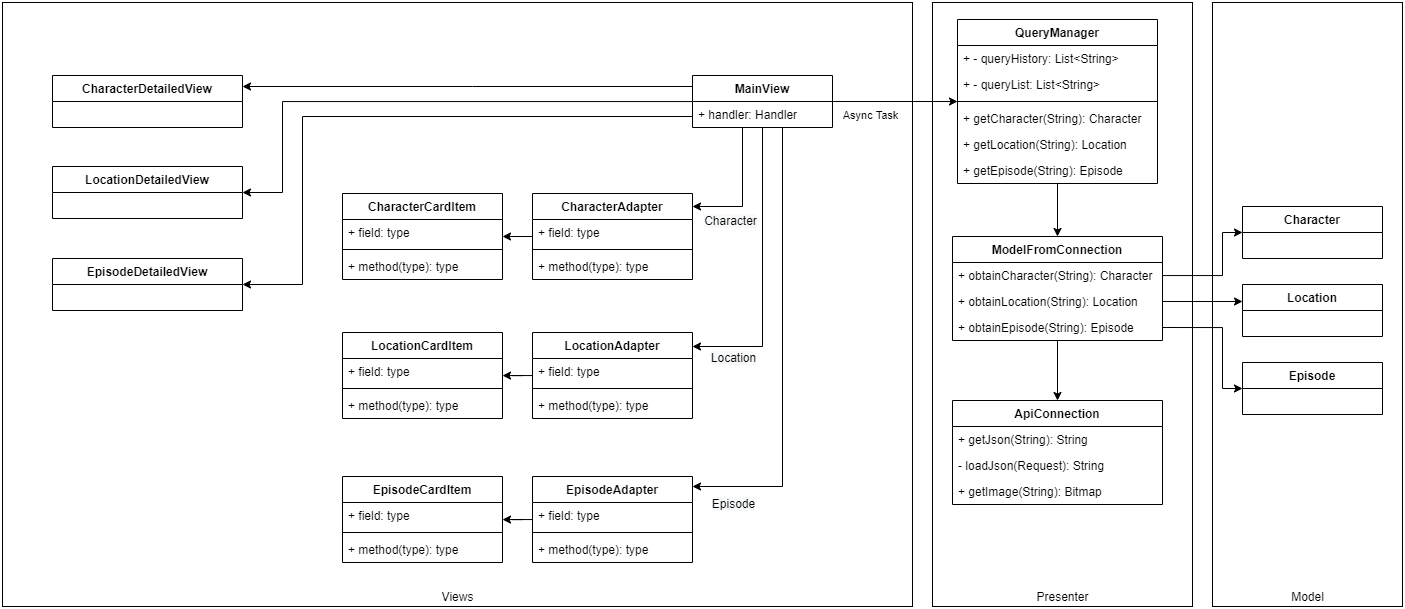
Above: docs/Class Diagram.png in cyberfanta/DesafioBetterfly (draw.io), before the change. Source tidied: cells renumbered, new cells last; positions are measured from the earlier drawing's top-left corner, leaving out a move shared by most shapes.
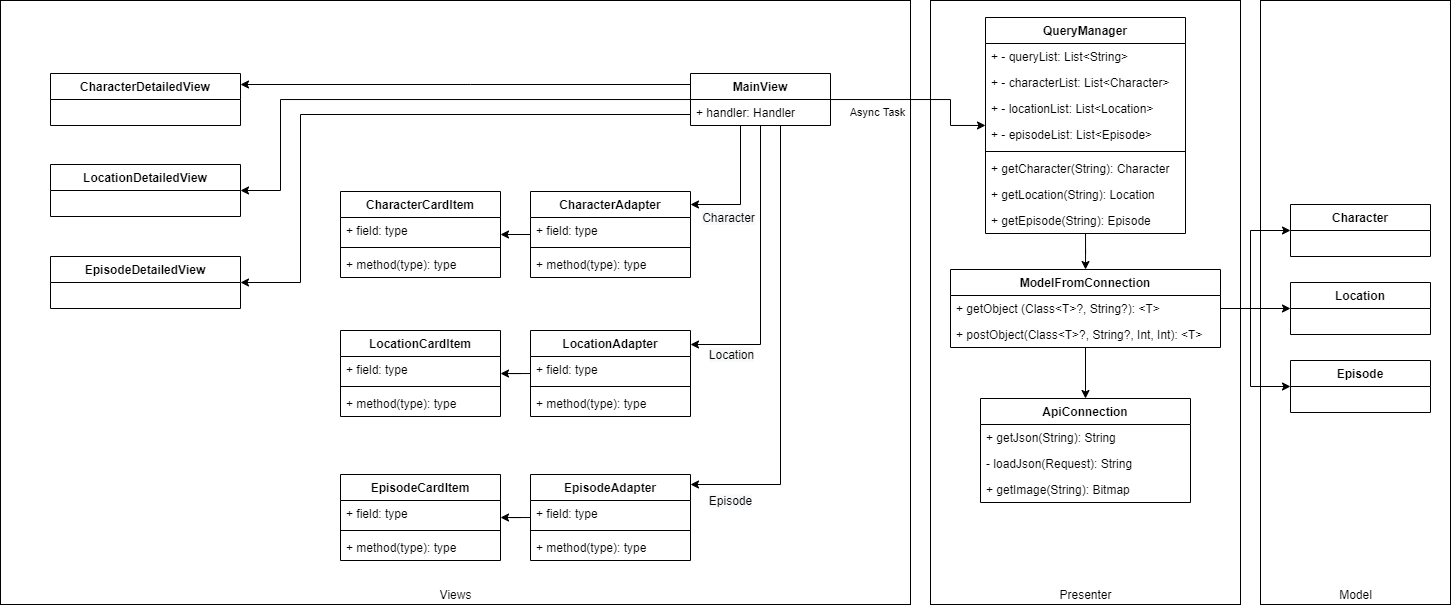
The same diagram one commit later.

Commit message:
Feat (): Update in the class diagram

Now the Class Diagram.png reflect the current development made until now.

Change to the diagram source:
```diff
@@ -3,13 +3,18 @@
     <mxCell id="0" />
     <mxCell id="1" parent="0" />
     <mxCell id="2" value="Presenter" style="verticalLabelPosition=middle;verticalAlign=bottom;html=1;shape=mxgraph.basic.rect;fillColor2=none;strokeWidth=1;size=20;indent=5;labelPosition=center;align=center;" parent="1" vertex="1">
-      <mxGeometry x="930" width="260" height="604" as="geometry" />
+      <mxGeometry x="930" width="310" height="604" as="geometry" />
     </mxCell>
     <mxCell id="3" value="Views" style="verticalLabelPosition=middle;verticalAlign=bottom;html=1;shape=mxgraph.basic.rect;fillColor2=none;strokeWidth=1;size=20;indent=5;labelPosition=center;align=center;" parent="1" vertex="1">
       <mxGeometry width="910" height="604" as="geometry" />
     </mxCell>
     <mxCell id="4" style="edgeStyle=orthogonalEdgeStyle;rounded=0;jettySize=auto;html=1;startArrow=none;startFill=0;" parent="1" edge="1" source="15" target="34">
-      <mxGeometry relative="1" as="geometry" />
+      <mxGeometry relative="1" as="geometry">
+        <Array as="points">
+          <mxPoint x="950" y="99" />
+          <mxPoint x="950" y="125" />
+        </Array>
+      </mxGeometry>
     </mxCell>
     <mxCell id="5" value="Async Task" style="edgeLabel;html=1;align=center;verticalAlign=middle;" parent="4" vertex="1">
       <mxGeometry x="-0.71" y="-3" relative="1" as="geometry">
@@ -89,56 +94,47 @@
       <mxGeometry relative="1" as="geometry" />
     </mxCell>
     <mxCell id="19" value="ModelFromConnection" style="swimlane;fontStyle=1;horizontal=1;startSize=26;fillColor=none;" parent="1" vertex="1">
-      <mxGeometry x="950" y="234" width="210" height="104" as="geometry" />
+      <mxGeometry x="950" y="269" width="270" height="78" as="geometry" />
     </mxCell>
-    <mxCell id="20" value="+ obtainCharacter(String): Character" style="text;strokeColor=none;fillColor=none;align=left;verticalAlign=top;spacingLeft=4;spacingRight=4;overflow=hidden;points=[[0,0.5],[1,0.5]];portConstraint=eastwest;" parent="19" vertex="1">
-      <mxGeometry y="26" width="210" height="26" as="geometry" />
+    <mxCell id="20" value="+ getObject (Class&lt;T&gt;?, String?): &lt;T&gt;" style="text;strokeColor=none;fillColor=none;align=left;verticalAlign=top;spacingLeft=4;spacingRight=4;overflow=hidden;points=[[0,0.5],[1,0.5]];portConstraint=eastwest;" parent="19" vertex="1">
+      <mxGeometry y="26" width="270" height="26" as="geometry" />
     </mxCell>
-    <mxCell id="21" value="+ obtainLocation(String): Location" style="text;strokeColor=none;fillColor=none;align=left;verticalAlign=top;spacingLeft=4;spacingRight=4;overflow=hidden;points=[[0,0.5],[1,0.5]];portConstraint=eastwest;" parent="19" vertex="1">
-      <mxGeometry y="52" width="210" height="26" as="geometry" />
+    <mxCell id="21" value="+ postObject(Class&lt;T&gt;?, String?, Int, Int): &lt;T&gt;" style="text;strokeColor=none;fillColor=none;align=left;verticalAlign=top;spacingLeft=4;spacingRight=4;overflow=hidden;points=[[0,0.5],[1,0.5]];portConstraint=eastwest;" parent="19" vertex="1">
+      <mxGeometry y="52" width="270" height="26" as="geometry" />
     </mxCell>
-    <mxCell id="22" value="+ obtainEpisode(String): Episode" style="text;strokeColor=none;fillColor=none;align=left;verticalAlign=top;spacingLeft=4;spacingRight=4;overflow=hidden;" parent="19" vertex="1">
-      <mxGeometry y="78" width="210" height="26" as="geometry" />
-    </mxCell>
     <mxCell id="23" value="Model" style="verticalLabelPosition=middle;verticalAlign=bottom;html=1;shape=mxgraph.basic.rect;fillColor2=none;strokeWidth=1;size=20;indent=5;labelPosition=center;align=center;" parent="1" vertex="1">
-      <mxGeometry x="1210" width="190" height="604" as="geometry" />
+      <mxGeometry x="1260" width="190" height="604" as="geometry" />
     </mxCell>
     <mxCell id="24" value="Character" style="swimlane;fontStyle=1;horizontal=1;startSize=26;fillColor=none;" parent="1" vertex="1">
-      <mxGeometry x="1240" y="204" width="140" height="52" as="geometry" />
+      <mxGeometry x="1290" y="204" width="140" height="52" as="geometry" />
     </mxCell>
     <mxCell id="25" value="Location" style="swimlane;fontStyle=1;horizontal=1;startSize=26;fillColor=none;" parent="1" vertex="1">
-      <mxGeometry x="1240" y="282" width="140" height="52" as="geometry" />
+      <mxGeometry x="1290" y="282" width="140" height="52" as="geometry" />
     </mxCell>
     <mxCell id="26" value="Episode" style="swimlane;fontStyle=1;horizontal=1;startSize=26;fillColor=none;" parent="1" vertex="1">
-      <mxGeometry x="1240" y="360" width="140" height="52" as="geometry" />
+      <mxGeometry x="1290" y="360" width="140" height="52" as="geometry" />
     </mxCell>
-    <mxCell id="27" style="edgeStyle=orthogonalEdgeStyle;rounded=0;jettySize=auto;html=1;startArrow=none;startFill=0;" parent="1" edge="1" source="20" target="24">
+    <mxCell id="27" style="edgeStyle=orthogonalEdgeStyle;rounded=0;jettySize=auto;html=1;startArrow=none;startFill=0;" parent="1" edge="1" source="19" target="24">
       <mxGeometry relative="1" as="geometry">
         <Array as="points">
-          <mxPoint x="1220" y="273" />
-          <mxPoint x="1220" y="230" />
+          <mxPoint x="1250" y="308" />
+          <mxPoint x="1250" y="230" />
         </Array>
       </mxGeometry>
     </mxCell>
-    <mxCell id="28" style="edgeStyle=orthogonalEdgeStyle;rounded=0;jettySize=auto;html=1;startArrow=none;startFill=0;" parent="1" edge="1" source="21" target="25">
-      <mxGeometry relative="1" as="geometry">
-        <Array as="points">
-          <mxPoint x="1260" y="299" />
-          <mxPoint x="1260" y="312" />
-        </Array>
-      </mxGeometry>
+    <mxCell id="28" style="edgeStyle=orthogonalEdgeStyle;rounded=0;jettySize=auto;html=1;startArrow=none;startFill=0;" parent="1" edge="1" source="19" target="25">
+      <mxGeometry relative="1" as="geometry" />
     </mxCell>
-    <mxCell id="29" style="edgeStyle=orthogonalEdgeStyle;rounded=0;jettySize=auto;html=1;startArrow=none;startFill=0;" parent="1" edge="1" target="26">
+    <mxCell id="29" style="edgeStyle=orthogonalEdgeStyle;rounded=0;jettySize=auto;html=1;startArrow=none;startFill=0;" parent="1" edge="1" source="19" target="26">
       <mxGeometry relative="1" as="geometry">
-        <mxPoint x="1160" y="325" as="sourcePoint" />
         <Array as="points">
-          <mxPoint x="1220" y="325" />
-          <mxPoint x="1220" y="386" />
+          <mxPoint x="1250" y="308" />
+          <mxPoint x="1250" y="386" />
         </Array>
       </mxGeometry>
     </mxCell>
     <mxCell id="30" value="ApiConnection" style="swimlane;fontStyle=1;horizontal=1;startSize=26;fillColor=none;" parent="1" vertex="1">
-      <mxGeometry x="950" y="398" width="210" height="104" as="geometry" />
+      <mxGeometry x="980" y="398" width="210" height="104" as="geometry" />
     </mxCell>
     <mxCell id="31" value="+ getJson(String): String" style="text;strokeColor=none;fillColor=none;align=left;verticalAlign=top;spacingLeft=4;spacingRight=4;overflow=hidden;" parent="30" vertex="1">
       <mxGeometry y="26" width="210" height="26" as="geometry" />
@@ -150,25 +146,31 @@
       <mxGeometry y="78" width="210" height="26" as="geometry" />
     </mxCell>
     <mxCell id="34" value="QueryManager" style="swimlane;fontStyle=1;align=center;verticalAlign=top;horizontal=1;startSize=26;fontColor=#000000;" parent="1" vertex="1">
-      <mxGeometry x="955" y="17" width="200" height="164" as="geometry" />
+      <mxGeometry x="985" y="17" width="200" height="216" as="geometry" />
     </mxCell>
-    <mxCell id="35" value="+ - queryHistory: List&lt;String&gt;" style="text;strokeColor=none;fillColor=none;align=left;verticalAlign=top;spacingLeft=4;spacingRight=4;overflow=hidden;" parent="34" vertex="1">
+    <mxCell id="35" value="+ - queryList: List&lt;String&gt;" style="text;strokeColor=none;fillColor=none;align=left;verticalAlign=top;spacingLeft=4;spacingRight=4;overflow=hidden;" parent="34" vertex="1">
       <mxGeometry y="26" width="200" height="26" as="geometry" />
     </mxCell>
+    <mxCell id="71" value="+ - characterList: List&lt;Character&gt;" style="text;strokeColor=none;fillColor=none;align=left;verticalAlign=top;spacingLeft=4;spacingRight=4;overflow=hidden;" parent="34" vertex="1">
+      <mxGeometry y="52" width="200" height="26" as="geometry" />
+    </mxCell>
+    <mxCell id="72" value="+ - locationList: List&lt;Location&gt;" style="text;strokeColor=none;fillColor=none;align=left;verticalAlign=top;spacingLeft=4;spacingRight=4;overflow=hidden;" parent="34" vertex="1">
+      <mxGeometry y="78" width="200" height="26" as="geometry" />
+    </mxCell>
-    <mxCell id="36" value="+ - queryList: List&lt;String&gt;" style="text;strokeColor=none;fillColor=none;align=left;verticalAlign=top;spacingLeft=4;spacingRight=4;overflow=hidden;" parent="34" vertex="1">
-      <mxGeometry y="52" width="200" height="26" as="geometry" />
+    <mxCell id="36" value="+ - episodeList: List&lt;Episode&gt;" style="text;strokeColor=none;fillColor=none;align=left;verticalAlign=top;spacingLeft=4;spacingRight=4;overflow=hidden;" parent="34" vertex="1">
+      <mxGeometry y="104" width="200" height="26" as="geometry" />
     </mxCell>
     <mxCell id="37" style="line;strokeWidth=1;fillColor=none;align=left;verticalAlign=middle;spacingTop=-1;spacingLeft=3;spacingRight=3;labelPosition=right;" parent="34" vertex="1">
-      <mxGeometry y="78" width="200" height="8" as="geometry" />
+      <mxGeometry y="130" width="200" height="8" as="geometry" />
     </mxCell>
     <mxCell id="38" value="+ getCharacter(String): Character" style="text;strokeColor=none;fillColor=none;align=left;verticalAlign=top;spacingLeft=4;spacingRight=4;overflow=hidden;" parent="34" vertex="1">
-      <mxGeometry y="86" width="200" height="26" as="geometry" />
+      <mxGeometry y="138" width="200" height="26" as="geometry" />
     </mxCell>
     <mxCell id="39" value="+ getLocation(String): Location" style="text;strokeColor=none;fillColor=none;align=left;verticalAlign=top;spacingLeft=4;spacingRight=4;overflow=hidden;" parent="34" vertex="1">
-      <mxGeometry y="112" width="200" height="26" as="geometry" />
+      <mxGeometry y="164" width="200" height="26" as="geometry" />
     </mxCell>
     <mxCell id="40" value="+ getEpisode(String): Episode" style="text;strokeColor=none;fillColor=none;align=left;verticalAlign=top;spacingLeft=4;spacingRight=4;overflow=hidden;" parent="34" vertex="1">
-      <mxGeometry y="138" width="200" height="26" as="geometry" />
+      <mxGeometry y="190" width="200" height="26" as="geometry" />
     </mxCell>
     <mxCell id="41" style="edgeStyle=orthogonalEdgeStyle;rounded=0;jettySize=auto;html=1;startArrow=none;startFill=0;fontColor=#000000;" parent="1" edge="1" source="42" target="56">
       <mxGeometry relative="1" as="geometry" />
```
